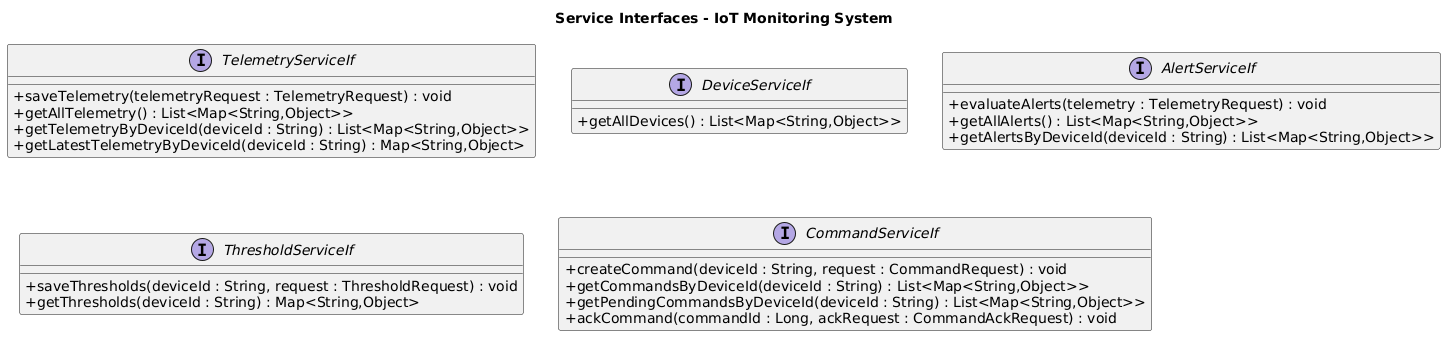
The PlantUML diagram Iterazione1/Interface Diagram - Service_v0.png in rob-bra/iot-sys, before a commit.
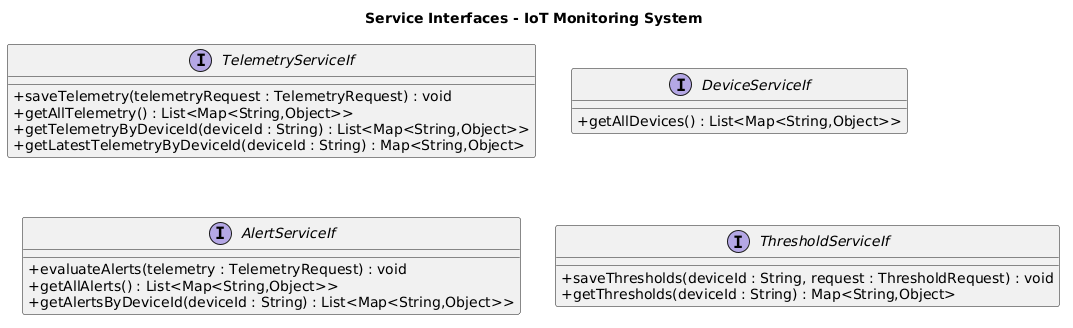
Above is the later version.

The edit, as a diff of the source:
```diff
@@ -1,35 +1,29 @@
 @startuml
 title Service Interfaces - IoT Monitoring System
 
+skinparam classAttributeIconSize 0
 skinparam shadowing false
-skinparam classAttributeIconSize 0
+skinparam linetype ortho
 
 interface TelemetryServiceIf {
-    +saveTelemetry(telemetryRequest : TelemetryRequest) : void
-    +getAllTelemetry() : List<Map<String,Object>>
-    +getTelemetryByDeviceId(deviceId : String) : List<Map<String,Object>>
-    +getLatestTelemetryByDeviceId(deviceId : String) : Map<String,Object>
+  +saveTelemetry(telemetryRequest : TelemetryRequest) : void
+  +getAllTelemetry() : List<Map<String,Object>>
+  +getTelemetryByDeviceId(deviceId : String) : List<Map<String,Object>>
+  +getLatestTelemetryByDeviceId(deviceId : String) : Map<String,Object>
 }
 
 interface DeviceServiceIf {
-    +getAllDevices() : List<Map<String,Object>>
+  +getAllDevices() : List<Map<String,Object>>
 }
 
 interface AlertServiceIf {
-    +evaluateAlerts(telemetry : TelemetryRequest) : void
-    +getAllAlerts() : List<Map<String,Object>>
-    +getAlertsByDeviceId(deviceId : String) : List<Map<String,Object>>
+  +evaluateAlerts(telemetry : TelemetryRequest) : void
+  +getAllAlerts() : List<Map<String,Object>>
+  +getAlertsByDeviceId(deviceId : String) : List<Map<String,Object>>
 }
 
 interface ThresholdServiceIf {
-    +saveThresholds(deviceId : String, request : ThresholdRequest) : void
-    +getThresholds(deviceId : String) : Map<String,Object>
-}
-
-interface CommandServiceIf {
-    +createCommand(deviceId : String, request : CommandRequest) : void
-    +getCommandsByDeviceId(deviceId : String) : List<Map<String,Object>>
-    +getPendingCommandsByDeviceId(deviceId : String) : List<Map<String,Object>>
-    +ackCommand(commandId : Long, ackRequest : CommandAckRequest) : void
+  +saveThresholds(deviceId : String, request : ThresholdRequest) : void
+  +getThresholds(deviceId : String) : Map<String,Object>
 }
 @enduml
```
